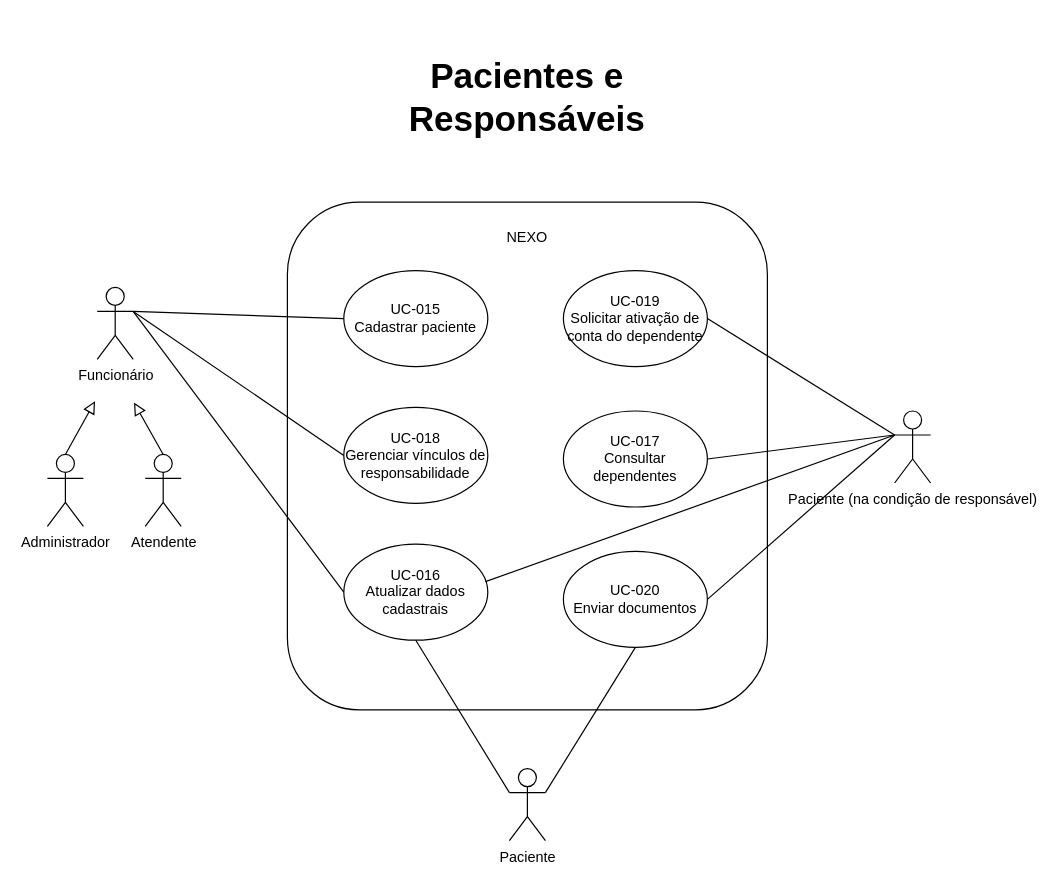
The draw.io diagram page "Página-3" (3 of 10) of diagramas/casos-de-uso/diagramas-casos-de-uso.drawio in devcaline/nexo-modelagem, before the edit. Source tidied: cells renumbered, new cells numbered last; positions are measured from the earlier drawing's top-left corner, leaving out a move shared by most shapes. Both pictures are drawn from the tidied source at 120%, with x=0, y=0 at pixel (47, 79).
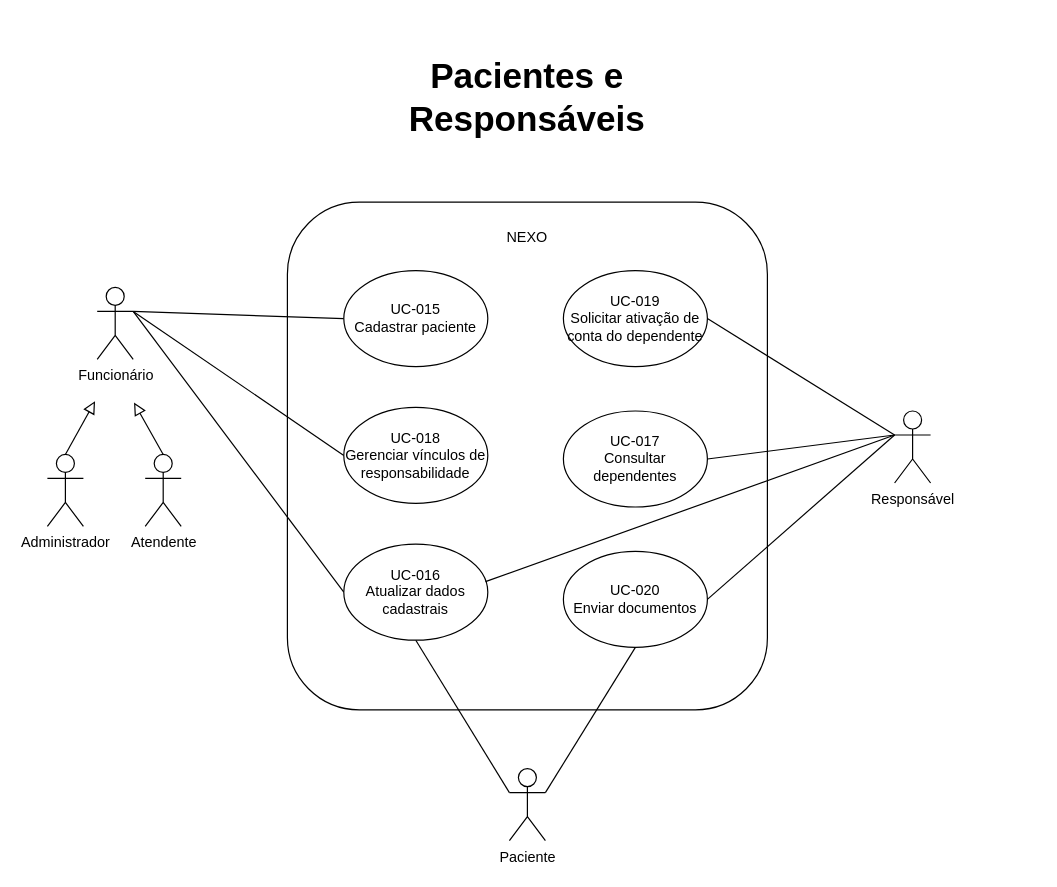
Above is the later version.

What changed in the source:
```diff
@@
-    <mxCell id="11" value="Paciente (na condição de responsável)" style="shape=umlActor;verticalLabelPosition=bottom;verticalAlign=top;html=1;outlineConnect=0;" parent="1" vertex="1">
+    <mxCell id="11" value="Responsável" style="shape=umlActor;verticalLabelPosition=bottom;verticalAlign=top;html=1;outlineConnect=0;" parent="1" vertex="1">
       <mxGeometry x="706" y="276" width="30" height="60" as="geometry" />
     </mxCell>
```
